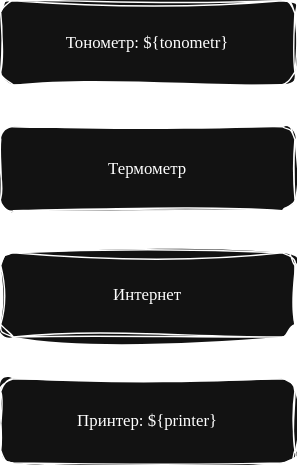
KhatsaevK/drawio keeps this draw.io diagram as test_2.drawio.svg. Above is the earlier version. Source tidied: cells renumbered, new cells last; positions are measured from the earlier drawing's top-left corner, leaving out a move shared by most shapes.
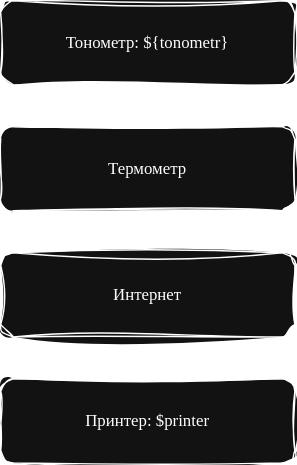
The same diagram one commit later.

Change to the diagram source:
```diff
@@ -11,7 +11,7 @@
     <mxCell id="4" value="Интернет" style="rounded=1;whiteSpace=wrap;html=1;sketch=1;hachureGap=4;jiggle=2;curveFitting=1;fontFamily=Times New Roman;" parent="1" vertex="1">
       <mxGeometry y="180" width="210" height="60" as="geometry" />
     </mxCell>
-    <mxCell id="5" value="Принтер: ${printer}" style="rounded=1;whiteSpace=wrap;html=1;sketch=1;hachureGap=4;jiggle=2;curveFitting=1;fontFamily=Times New Roman;" parent="1" vertex="1">
+    <mxCell id="5" value="Принтер: $printer" style="rounded=1;whiteSpace=wrap;html=1;sketch=1;hachureGap=4;jiggle=2;curveFitting=1;fontFamily=Times New Roman;" parent="1" vertex="1">
       <mxGeometry y="270" width="210" height="60" as="geometry" />
     </mxCell>
   </root>
```
